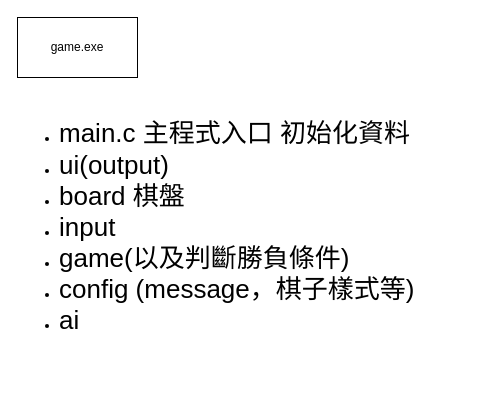
Earlier version of the draw.io diagram page "文件規劃" (3 of 5) of 計劃書.drawio (114CodingNUTC/C_project_first_Exam). Source tidied: cells renumbered, new cells numbered last; positions are measured from the earlier drawing's top-left corner, leaving out a move shared by most shapes. Both pictures are drawn from the tidied source at 100%, with x=0, y=0 at pixel (17, 17).
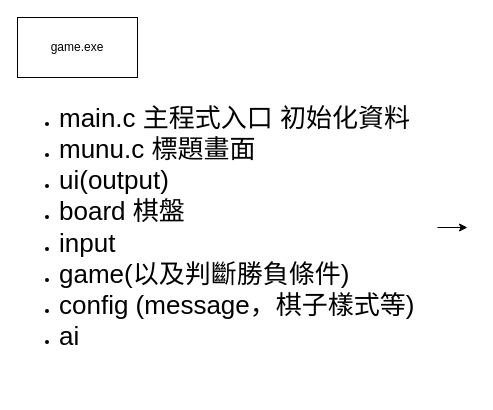
Above is the later version.

What changed in the source:
```diff
@@
 <mxGraphModel>
   <root>
     <mxCell id="0" />
     <mxCell id="1" parent="0" />
     <mxCell id="2" value="game.exe" style="rounded=0;whiteSpace=wrap;html=1;" parent="1" vertex="1">
       <mxGeometry width="120" height="60" as="geometry" />
     </mxCell>
+    <mxCell id="4" style="edgeStyle=none;html=1;" parent="1" edge="1" source="3">
+      <mxGeometry relative="1" as="geometry">
+        <mxPoint x="450" y="210" as="targetPoint" />
+      </mxGeometry>
+    </mxCell>
-    <mxCell id="3" value="&lt;ul&gt;&lt;li&gt;&lt;span style=&quot;font-size: 26px;&quot;&gt;main.c 主程式入口 初始化資料&lt;/span&gt;&lt;/li&gt;&lt;li&gt;&lt;span style=&quot;font-size: 26px;&quot;&gt;ui(output)&lt;/span&gt;&lt;/li&gt;&lt;li&gt;&lt;span style=&quot;font-size: 26px;&quot;&gt;board 棋盤&lt;/span&gt;&lt;/li&gt;&lt;li&gt;&lt;span style=&quot;font-size: 26px;&quot;&gt;input&lt;/span&gt;&lt;/li&gt;&lt;li&gt;&lt;span style=&quot;font-size: 26px;&quot;&gt;game(以及判斷勝負條件)&lt;/span&gt;&lt;/li&gt;&lt;li&gt;&lt;span style=&quot;font-size: 26px;&quot;&gt;config (message，棋子樣式等)&lt;/span&gt;&lt;/li&gt;&lt;li&gt;&lt;span style=&quot;font-size: 26px;&quot;&gt;ai&lt;/span&gt;&lt;/li&gt;&lt;/ul&gt;" style="text;html=1;align=left;verticalAlign=middle;points=[];strokeColor=none;fillColor=none;" parent="1" vertex="1">
-      <mxGeometry y="60" width="420" height="300" as="geometry" />
+    <mxCell id="3" value="&lt;ul&gt;&lt;li&gt;&lt;span style=&quot;font-size: 26px;&quot;&gt;main.c 主程式入口 初始化資料&lt;/span&gt;&lt;/li&gt;&lt;li&gt;&lt;span style=&quot;font-size: 26px;&quot;&gt;munu.c 標題畫面&lt;/span&gt;&lt;/li&gt;&lt;li&gt;&lt;span style=&quot;font-size: 26px;&quot;&gt;ui(output)&lt;/span&gt;&lt;/li&gt;&lt;li&gt;&lt;span style=&quot;font-size: 26px;&quot;&gt;board 棋盤&lt;/span&gt;&lt;/li&gt;&lt;li&gt;&lt;span style=&quot;font-size: 26px;&quot;&gt;input&lt;/span&gt;&lt;/li&gt;&lt;li&gt;&lt;span style=&quot;font-size: 26px;&quot;&gt;game(以及判斷勝負條件)&lt;/span&gt;&lt;/li&gt;&lt;li&gt;&lt;span style=&quot;font-size: 26px;&quot;&gt;config (message，棋子樣式等)&lt;/span&gt;&lt;/li&gt;&lt;li&gt;&lt;span style=&quot;font-size: 26px;&quot;&gt;ai&lt;/span&gt;&lt;/li&gt;&lt;/ul&gt;" style="text;html=1;align=left;verticalAlign=middle;points=[];strokeColor=none;fillColor=none;" parent="1" vertex="1">
+      <mxGeometry y="45" width="420" height="330" as="geometry" />
     </mxCell>
   </root>
 </mxGraphModel>
```
